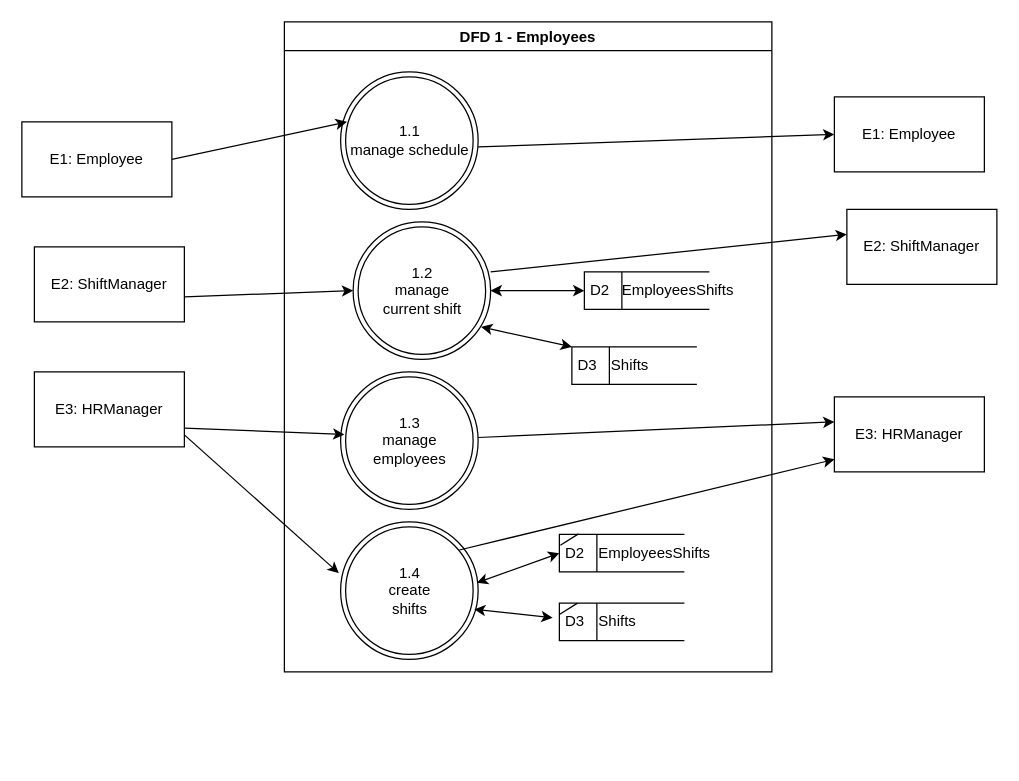
The draw.io diagram page "DFD1" (1 of 6) of docs/employees-transport/DFD.drawio in Naveavra/Market, before the edit. Source tidied: cells renumbered, new cells numbered last; positions are measured from the earlier drawing's top-left corner, leaving out a move shared by most shapes. Both pictures are drawn from the tidied source at 125%, with x=0, y=0 at pixel (21, 21).
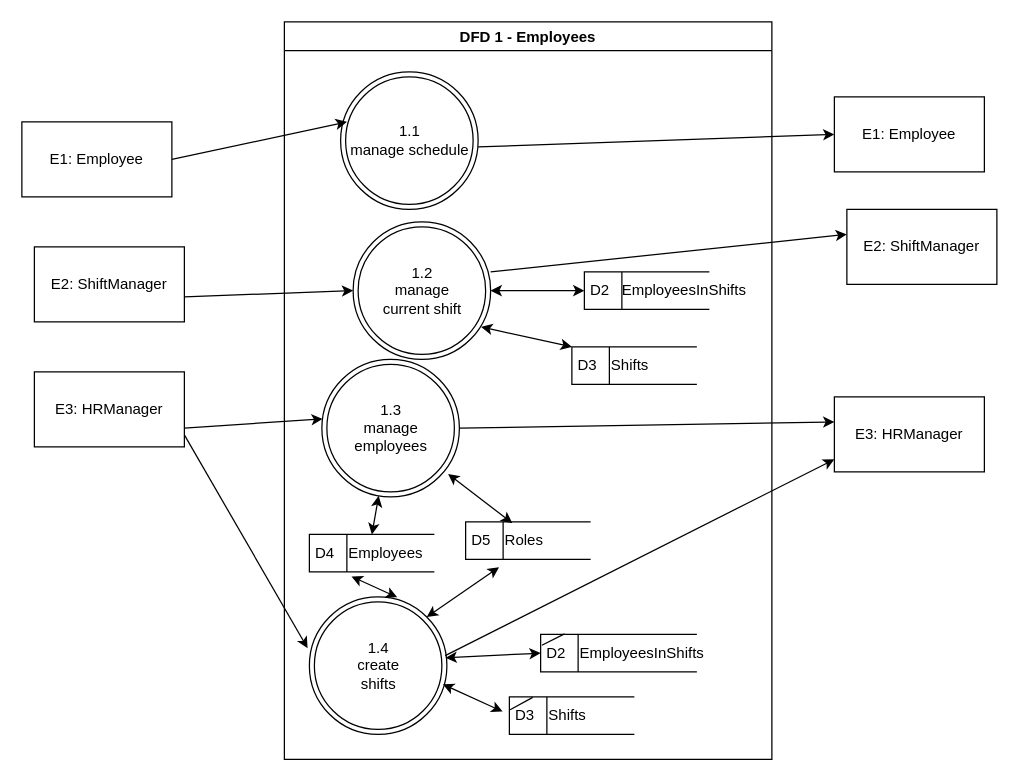
After the change.

The change refers to these unchanged cells:
```xml
<mxCell id="25" value="E3: HRManager" style="rounded=0;whiteSpace=wrap;html=1;" parent="1" vertex="1">
  <mxGeometry x="10" y="280" width="120" height="60" as="geometry" />
</mxCell>
```

Change to the diagram source:
```diff
@@
     <mxCell id="3" value="DFD 1 - Employees" style="swimlane;" parent="1" vertex="1">
-      <mxGeometry x="210" width="390" height="520" as="geometry" />
+      <mxGeometry x="210" width="390" height="590" as="geometry" />
     </mxCell>
@@
     <mxCell id="6" value="&lt;span style=&quot;&quot;&gt;1.3&lt;/span&gt;&lt;br style=&quot;&quot;&gt;&lt;span style=&quot;&quot;&gt;manage &lt;br&gt;employees&lt;/span&gt;" style="ellipse;shape=doubleEllipse;html=1;dashed=0;whitespace=wrap;" parent="3" vertex="1">
-      <mxGeometry x="45" y="280" width="110" height="110" as="geometry" />
+      <mxGeometry x="30" y="270" width="110" height="110" as="geometry" />
     </mxCell>
     <mxCell id="7" value="&lt;span style=&quot;&quot;&gt;1.4&lt;/span&gt;&lt;br style=&quot;&quot;&gt;&lt;span style=&quot;&quot;&gt;create&lt;br&gt;shifts&lt;br&gt;&lt;/span&gt;" style="ellipse;shape=doubleEllipse;html=1;dashed=0;whitespace=wrap;" parent="3" vertex="1">
-      <mxGeometry x="45" y="400" width="110" height="110" as="geometry" />
+      <mxGeometry x="20" y="460" width="110" height="110" as="geometry" />
     </mxCell>
-    <mxCell id="8" value="D2&lt;span style=&quot;white-space: pre;&quot;&gt;&#9;&lt;/span&gt;EmployeesShifts" style="html=1;dashed=0;whitespace=wrap;shape=mxgraph.dfd.dataStoreID;align=left;spacingLeft=3;points=[[0,0],[0.5,0],[1,0],[0,0.5],[1,0.5],[0,1],[0.5,1],[1,1]];" parent="3" vertex="1">
-      <mxGeometry x="220" y="410" width="100" height="30" as="geometry" />
+    <mxCell id="8" value="D2&lt;span style=&quot;white-space: pre;&quot;&gt;&#9;&lt;/span&gt;EmployeesInShifts" style="html=1;dashed=0;whitespace=wrap;shape=mxgraph.dfd.dataStoreID;align=left;spacingLeft=3;points=[[0,0],[0.5,0],[1,0],[0,0.5],[1,0.5],[0,1],[0.5,1],[1,1]];" parent="3" vertex="1">
+      <mxGeometry x="205" y="490" width="125" height="30" as="geometry" />
     </mxCell>
-    <mxCell id="9" value="D2&lt;span style=&quot;&quot;&gt;&amp;nbsp; &amp;nbsp;&lt;/span&gt;EmployeesShifts" style="html=1;dashed=0;whitespace=wrap;shape=mxgraph.dfd.dataStoreID;align=left;spacingLeft=3;points=[[0,0],[0.5,0],[1,0],[0,0.5],[1,0.5],[0,1],[0.5,1],[1,1]];" parent="3" vertex="1">
+    <mxCell id="9" value="D2&lt;span style=&quot;&quot;&gt;&amp;nbsp; &amp;nbsp;&lt;/span&gt;EmployeesInShifts" style="html=1;dashed=0;whitespace=wrap;shape=mxgraph.dfd.dataStoreID;align=left;spacingLeft=3;points=[[0,0],[0.5,0],[1,0],[0,0.5],[1,0.5],[0,1],[0.5,1],[1,1]];" parent="3" vertex="1">
       <mxGeometry x="240" y="200" width="100" height="30" as="geometry" />
     </mxCell>
@@
-    <mxCell id="15" style="endArrow=classic;html=1;rounded=0;exitX=1;exitY=0.75;exitDx=0;exitDy=0;" parent="3" edge="1">
+    <mxCell id="15" style="endArrow=classic;html=1;rounded=0;exitX=1;exitY=0.5;exitDx=0;exitDy=0;" parent="3" edge="1" source="6">
       <mxGeometry relative="1" as="geometry">
-        <mxPoint x="155" y="332.5" as="sourcePoint" />
         <mxPoint x="440" y="320" as="targetPoint" />
       </mxGeometry>
     </mxCell>
-    <mxCell id="16" style="endArrow=classic;html=1;rounded=0;exitX=1;exitY=0.75;exitDx=0;exitDy=0;" parent="3" edge="1">
+    <mxCell id="16" style="endArrow=classic;html=1;rounded=0;exitX=0.988;exitY=0.427;exitDx=0;exitDy=0;exitPerimeter=0;" parent="3" edge="1" source="7">
       <mxGeometry relative="1" as="geometry">
-        <mxPoint x="140" y="422.5" as="sourcePoint" />
         <mxPoint x="440" y="350" as="targetPoint" />
       </mxGeometry>
     </mxCell>
     <mxCell id="17" value="D3&lt;span style=&quot;white-space: pre;&quot;&gt;&#9;&lt;/span&gt;Shifts" style="html=1;dashed=0;whitespace=wrap;shape=mxgraph.dfd.dataStoreID;align=left;spacingLeft=3;points=[[0,0],[0.5,0],[1,0],[0,0.5],[1,0.5],[0,1],[0.5,1],[1,1]];" parent="3" vertex="1">
-      <mxGeometry x="220" y="465" width="100" height="30" as="geometry" />
+      <mxGeometry x="180" y="540" width="100" height="30" as="geometry" />
     </mxCell>
@@
-    <mxCell id="21" style="endArrow=none;html=1;rounded=0;entryX=0.153;entryY=-0.013;entryDx=0;entryDy=0;entryPerimeter=0;exitX=0.008;exitY=0.289;exitDx=0;exitDy=0;exitPerimeter=0;" parent="3" edge="1">
-      <mxGeometry relative="1" as="geometry">
-        <mxPoint x="220" y="474.1" as="sourcePoint" />
-        <mxPoint x="234.5" y="465" as="targetPoint" />
-      </mxGeometry>
+    <mxCell id="21" style="endArrow=none;html=1;rounded=0;entryX=0.006;entryY=0.343;entryDx=0;entryDy=0;entryPerimeter=0;exitX=0.187;exitY=0.013;exitDx=0;exitDy=0;exitPerimeter=0;" parent="3" edge="1" source="17" target="17">
+      <mxGeometry relative="1" as="geometry" />
     </mxCell>
+    <mxCell id="31" value="D4&lt;span style=&quot;white-space: pre;&quot;&gt;&#9;&lt;/span&gt;Employees" style="html=1;dashed=0;whitespace=wrap;shape=mxgraph.dfd.dataStoreID;align=left;spacingLeft=3;points=[[0,0],[0.5,0],[1,0],[0,0.5],[1,0.5],[0,1],[0.5,1],[1,1]];" parent="3" vertex="1">
+      <mxGeometry x="20" y="410" width="100" height="30" as="geometry" />
+    </mxCell>
+    <mxCell id="32" value="D5&lt;span style=&quot;white-space: pre;&quot;&gt;&#9;&lt;/span&gt;Roles" style="html=1;dashed=0;whitespace=wrap;shape=mxgraph.dfd.dataStoreID;align=left;spacingLeft=3;points=[[0,0],[0.5,0],[1,0],[0,0.5],[1,0.5],[0,1],[0.5,1],[1,1]];" parent="3" vertex="1">
+      <mxGeometry x="145" y="400" width="100" height="30" as="geometry" />
+    </mxCell>
+    <mxCell id="33" style="endArrow=classic;startArrow=classic;html=1;rounded=0;exitX=0.5;exitY=0;exitDx=0;exitDy=0;" parent="3" edge="1" source="31" target="6">
+      <mxGeometry relative="1" as="geometry" />
+    </mxCell>
+    <mxCell id="34" style="endArrow=classic;startArrow=classic;html=1;rounded=0;exitX=0.639;exitY=0.003;exitDx=0;exitDy=0;exitPerimeter=0;entryX=0.337;entryY=1.122;entryDx=0;entryDy=0;entryPerimeter=0;" parent="3" edge="1" source="7" target="31">
+      <mxGeometry relative="1" as="geometry" />
+    </mxCell>
+    <mxCell id="35" style="endArrow=classic;startArrow=classic;html=1;rounded=0;exitX=1;exitY=0;exitDx=0;exitDy=0;entryX=0.267;entryY=1.211;entryDx=0;entryDy=0;entryPerimeter=0;" parent="3" edge="1" source="7" target="32">
+      <mxGeometry relative="1" as="geometry" />
+    </mxCell>
+    <mxCell id="36" style="endArrow=classic;startArrow=classic;html=1;rounded=0;exitX=0.918;exitY=0.833;exitDx=0;exitDy=0;exitPerimeter=0;entryX=0.373;entryY=0.033;entryDx=0;entryDy=0;entryPerimeter=0;" parent="3" edge="1" source="6" target="32">
+      <mxGeometry relative="1" as="geometry" />
+    </mxCell>
@@
-    <mxCell id="26" style="endArrow=classic;html=1;rounded=0;exitX=1;exitY=0.75;exitDx=0;exitDy=0;" parent="1" edge="1" source="25">
-      <mxGeometry relative="1" as="geometry">
-        <mxPoint x="258" y="330" as="targetPoint" />
-      </mxGeometry>
+    <mxCell id="26" style="endArrow=classic;html=1;rounded=0;exitX=1;exitY=0.75;exitDx=0;exitDy=0;entryX=0.006;entryY=0.433;entryDx=0;entryDy=0;entryPerimeter=0;" parent="1" edge="1" source="25" target="6">
+      <mxGeometry relative="1" as="geometry" />
     </mxCell>
```
